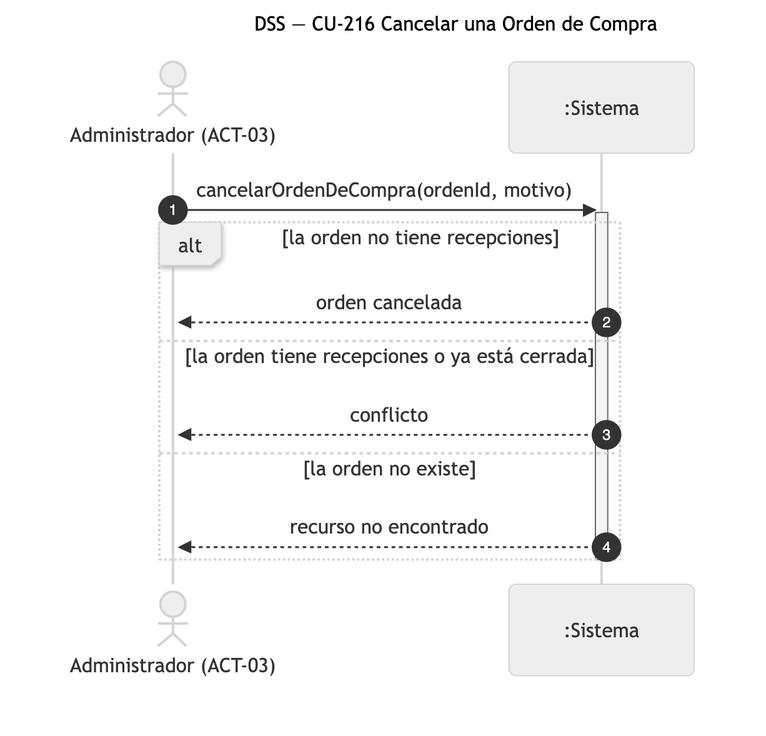
Above: diagramas/png/DSS_CU-216_Cancelar-una-Orden-de-Compra.png in Nahuelito-Dev/splg-docs (Mermaid), before the change. Its source is kept beside it as diagramas/DSS_CU-216_Cancelar-una-Orden-de-Compra.mmd. Source of this version:
```mermaid
sequenceDiagram
    title DSS — CU-216 Cancelar una Orden de Compra
    autonumber
    actor ADM as Administrador (ACT-03)
    participant SIS as :Sistema

    ADM->>SIS: cancelarOrdenDeCompra(ordenId, motivo)
    activate SIS
    alt la orden no tiene recepciones
        SIS-->>ADM: orden cancelada
    else la orden tiene recepciones o ya está cerrada
        SIS-->>ADM: conflicto
    else la orden no existe
        SIS-->>ADM: recurso no encontrado
    end
    deactivate SIS
```
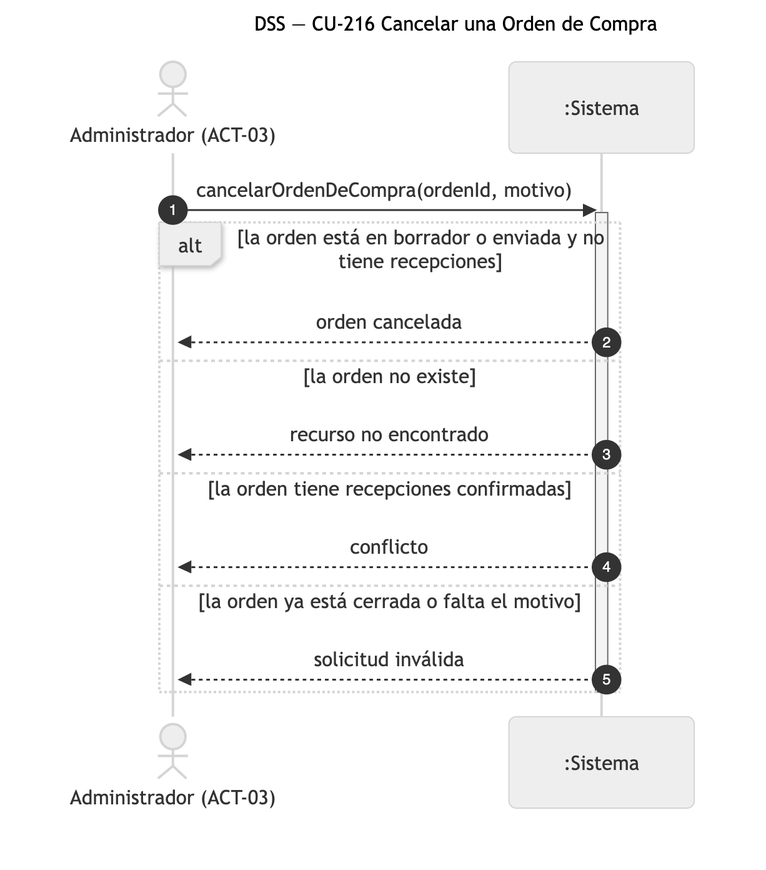
After the change.

Change to the diagram source:
```diff
@@ -6,11 +6,13 @@
 
     ADM->>SIS: cancelarOrdenDeCompra(ordenId, motivo)
     activate SIS
-    alt la orden no tiene recepciones
+    alt la orden está en borrador o enviada y no tiene recepciones
         SIS-->>ADM: orden cancelada
-    else la orden tiene recepciones o ya está cerrada
-        SIS-->>ADM: conflicto
     else la orden no existe
         SIS-->>ADM: recurso no encontrado
+    else la orden tiene recepciones confirmadas
+        SIS-->>ADM: conflicto
+    else la orden ya está cerrada o falta el motivo
+        SIS-->>ADM: solicitud inválida
     end
     deactivate SIS
```
